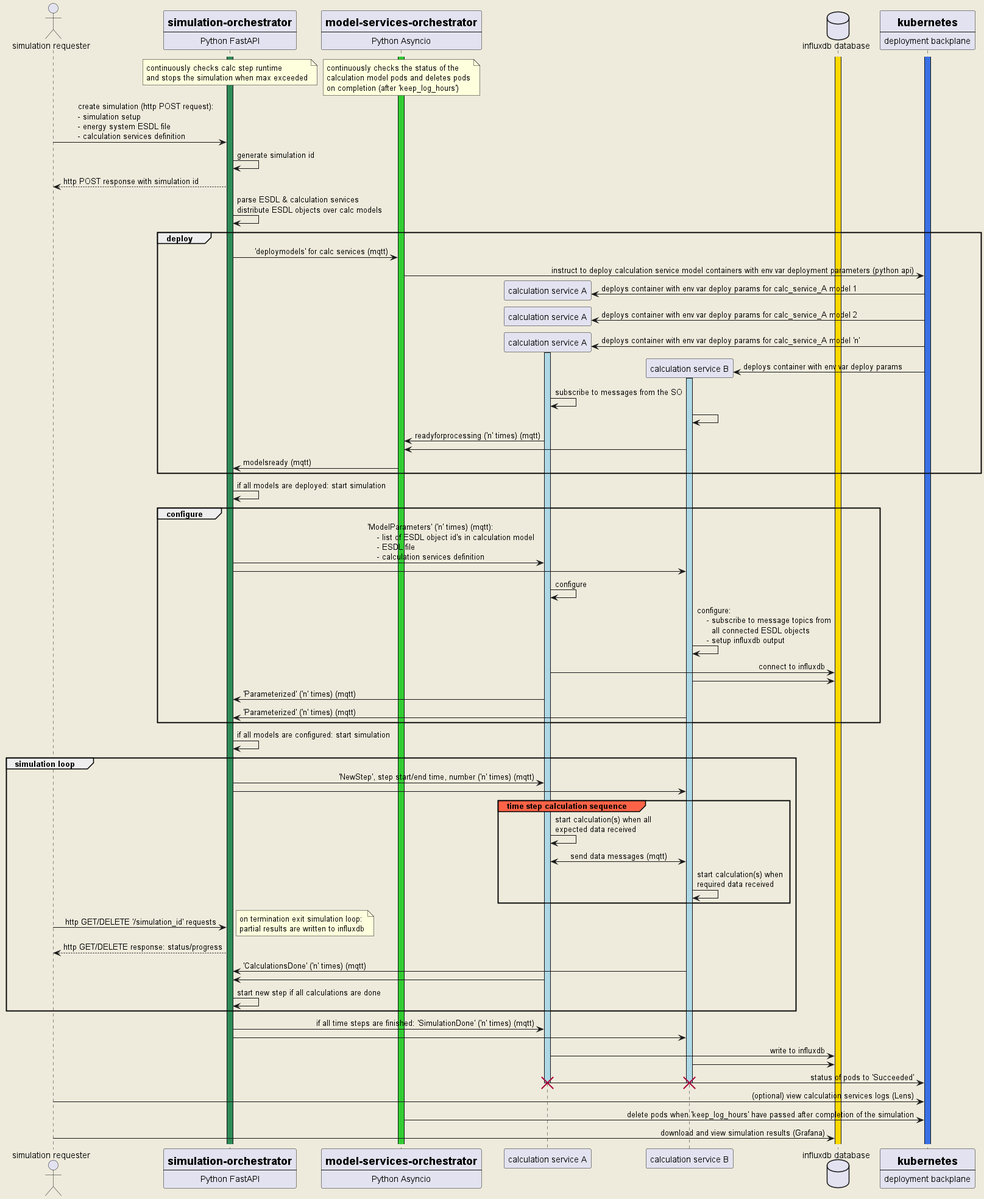
The PlantUML diagram docs/dots_go-e_sequence_diagram.png in dots-energy/dots-simulation-orchestrator, before a commit.
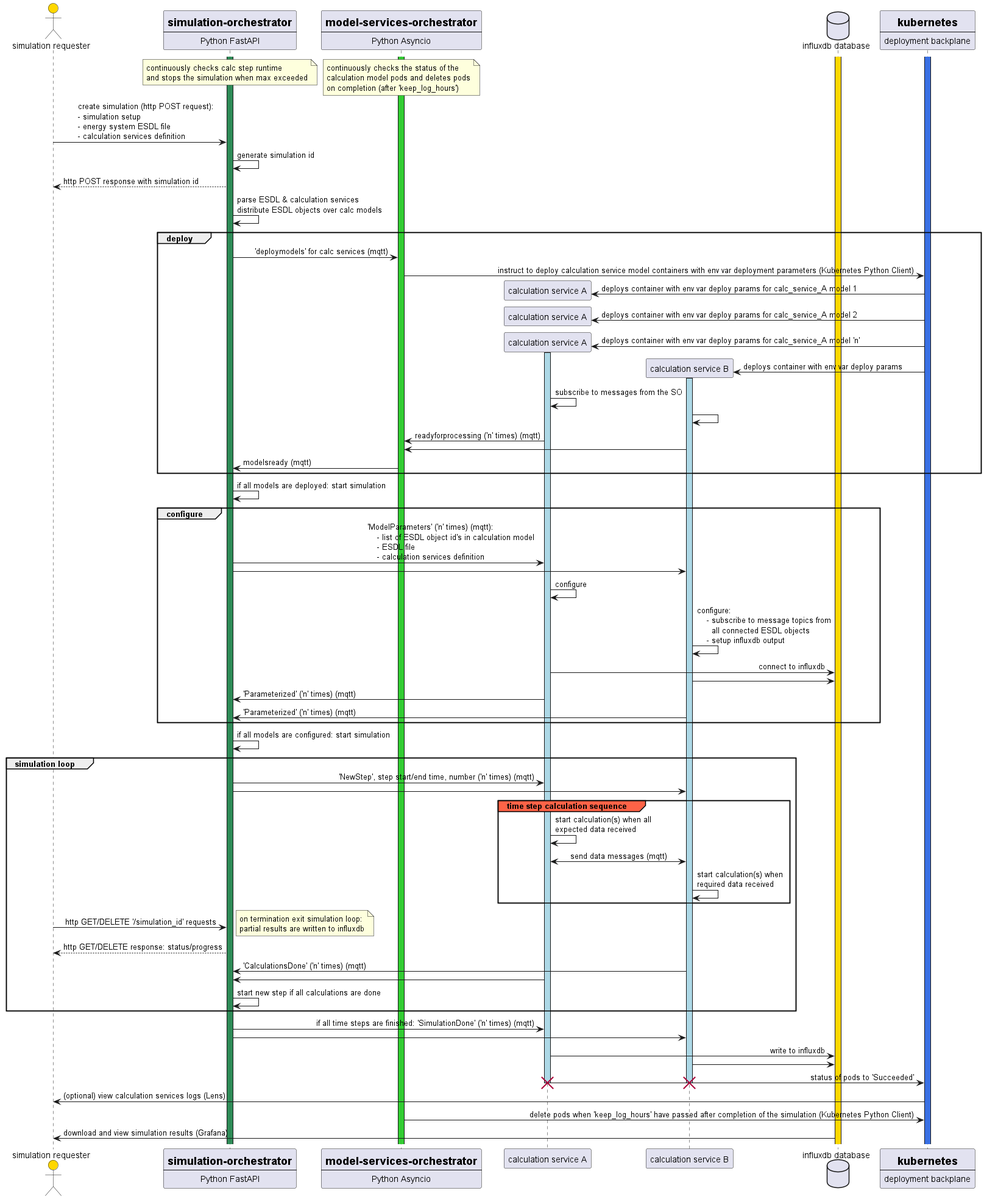
The same file after the commit.

What changed in the source:
```diff
@@ -1,6 +1,8 @@
 @startuml
 skinparam sequencemessagealign reversedirection
-skinparam backgroundColor #EEEBDC
+skinparam backgroundColor transparent
+
+skinparam actorBackgroundColor Gold
 
 
 actor "simulation requester" as sim_req
@@ -47,7 +49,7 @@
 
     group deploy
     so -> mso : 'deploymodels' for calc services (mqtt)
-    mso -> deploy_plane : instruct to deploy calculation service model containers with env var deployment parameters (python api)
+    mso -> deploy_plane : instruct to deploy calculation service model containers with env var deployment parameters (Kubernetes Python Client)
 
     create service_A
     deploy_plane -> service_A : deploys container with env var deploy params for calc_service_A model 1
@@ -119,9 +121,9 @@
 deactivate service_B
 destroy service_B
 
-sim_req -> deploy_plane : (optional) view calculation services logs (Lens)
-mso -> deploy_plane : delete pods when 'keep_log_hours' have passed after completion of the simulation
+sim_req <- deploy_plane : (optional) view calculation services logs (Lens)
+mso -> deploy_plane : delete pods when 'keep_log_hours' have passed after completion of the simulation (Kubernetes Python Client)
 
-sim_req -> influxdb : download and view simulation results (Grafana)
+sim_req <- influxdb : download and view simulation results (Grafana)
 
 @enduml
```
